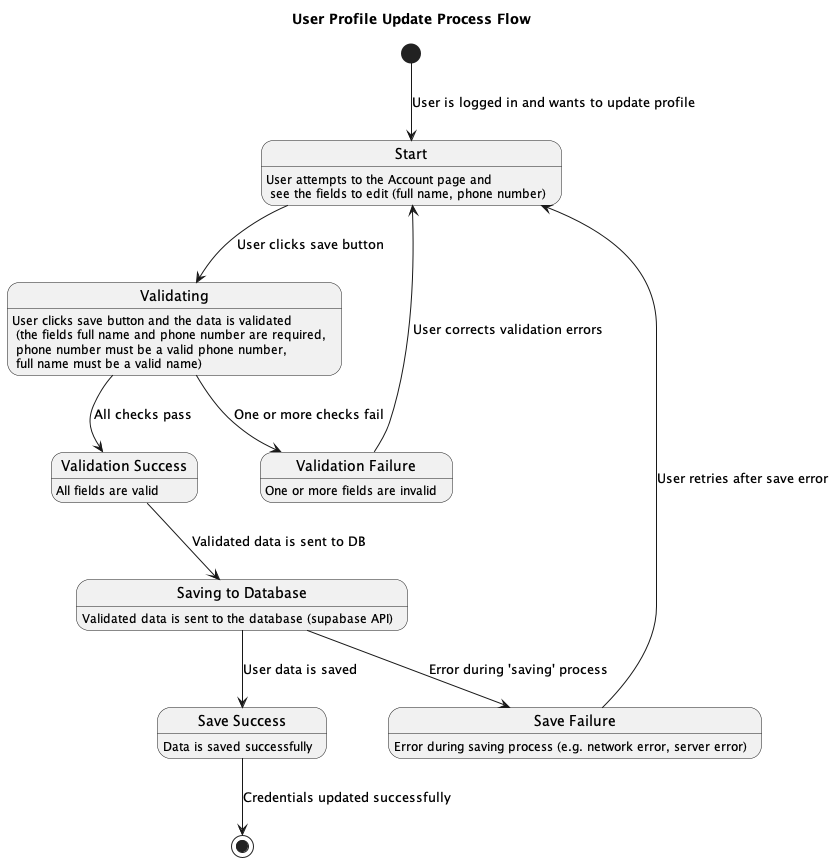
The PlantUML diagram latex/images/modifica_profilo_flow.png in Anders-planck/ingblog, before a commit. The source it was exported from:
```plantuml
@startuml
title User Profile Update Process Flow

[*] --> start : User is logged in and wants to update profile

state "Start" as start
start: User attempts to the Account page and\n see the fields to edit (full name, phone number)

state "Validating" as validating
validating: User clicks save button and the data is validated\n (the fields full name and phone number are required,\n phone number must be a valid phone number,\n full name must be a valid name)

state "Validation Success" as validation_success
validation_success: All fields are valid

state "Validation Failure" as validation_failure
validation_failure: One or more fields are invalid

state "Saving to Database" as saving
saving: Validated data is sent to the database (supabase API)

state "Save Success" as save_success
save_success: Data is saved successfully

state "Save Failure" as save_failure
save_failure: Error during saving process (e.g. network error, server error)

start --> validating : User clicks save button
validating --> validation_success : All checks pass
validating --> validation_failure : One or more checks fail
validation_success --> saving : Validated data is sent to DB
validation_failure --> start : User corrects validation errors
saving --> save_success : User data is saved
saving --> save_failure : Error during 'saving' process
save_failure --> start : User retries after save error
save_success --> [*] : Credentials updated successfully
@enduml
```
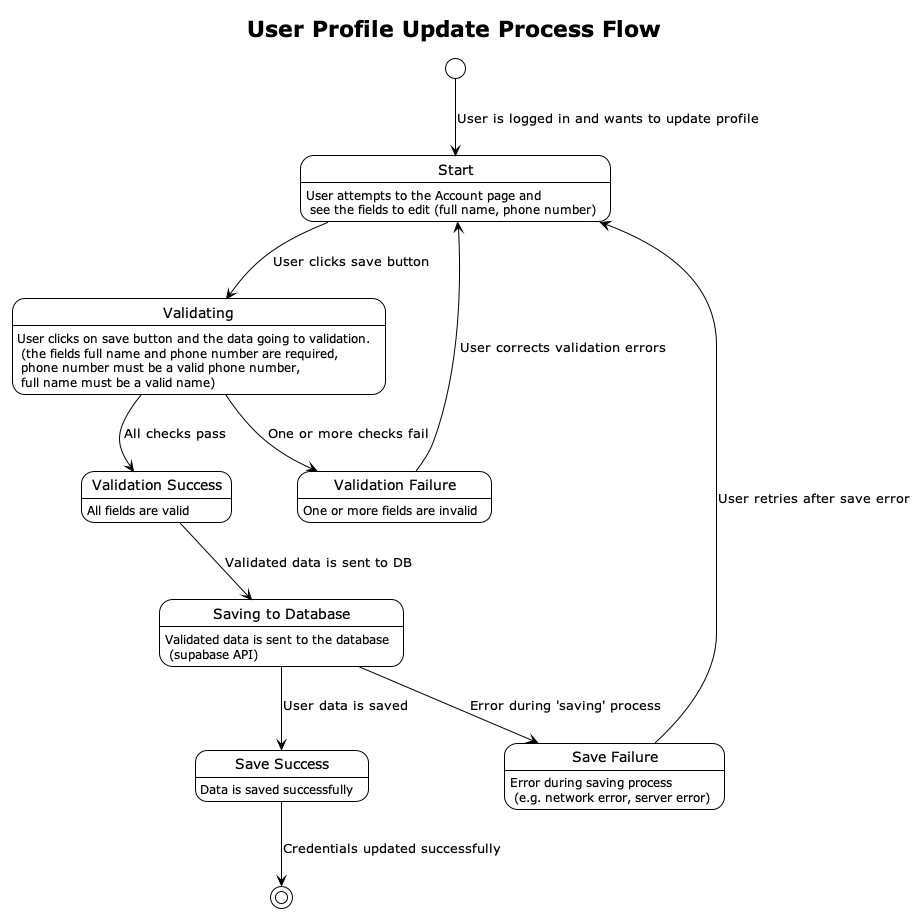
After the commit.

What changed in the source:
```diff
@@ -1,4 +1,5 @@
 @startuml
+!theme plain
 title User Profile Update Process Flow
 
 [*] --> start : User is logged in and wants to update profile
@@ -7,7 +8,7 @@
 start: User attempts to the Account page and\n see the fields to edit (full name, phone number)
 
 state "Validating" as validating
-validating: User clicks save button and the data is validated\n (the fields full name and phone number are required,\n phone number must be a valid phone number,\n full name must be a valid name)
+validating: User clicks on save button and the data going to validation.\n (the fields full name and phone number are required,\n phone number must be a valid phone number,\n full name must be a valid name)
 
 state "Validation Success" as validation_success
 validation_success: All fields are valid
@@ -16,13 +17,13 @@
 validation_failure: One or more fields are invalid
 
 state "Saving to Database" as saving
-saving: Validated data is sent to the database (supabase API)
+saving: Validated data is sent to the database\n (supabase API)
 
 state "Save Success" as save_success
 save_success: Data is saved successfully
 
 state "Save Failure" as save_failure
-save_failure: Error during saving process (e.g. network error, server error)
+save_failure: Error during saving process\n (e.g. network error, server error)
 
 start --> validating : User clicks save button
 validating --> validation_success : All checks pass
```
